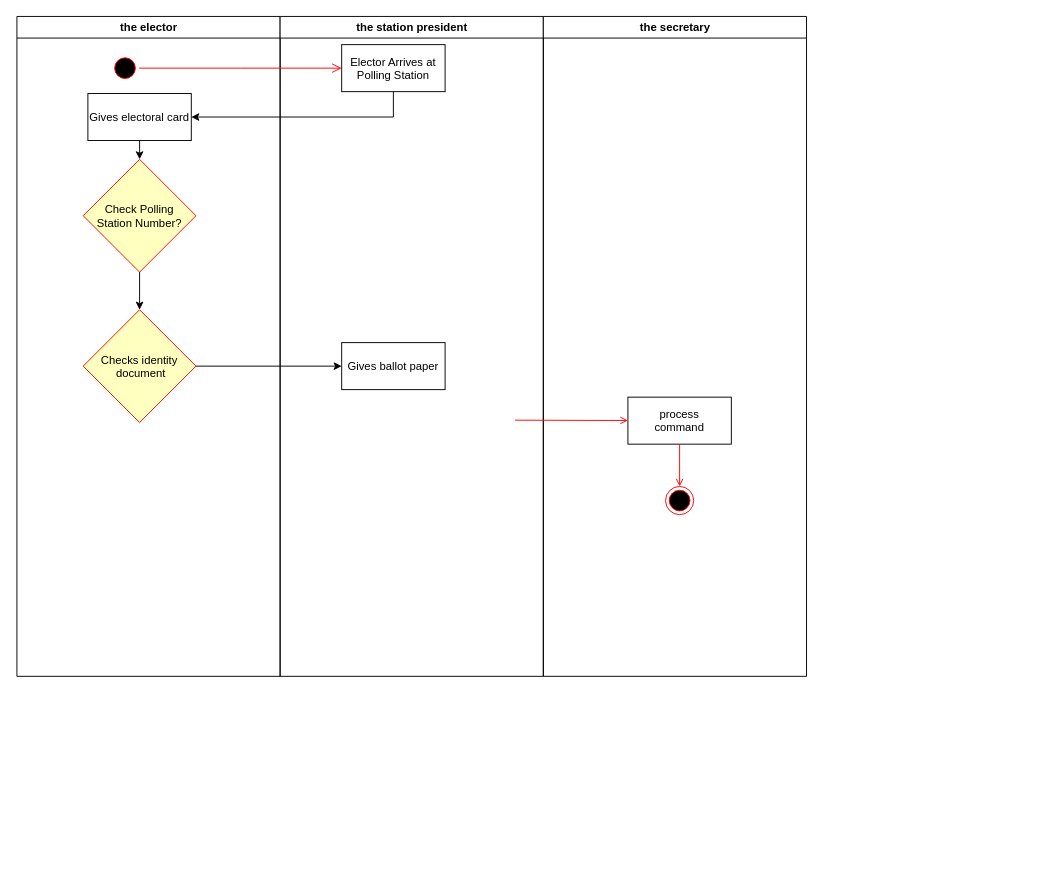
Before: Untitled Diagram.drawio in divinecia/Now, a draw.io diagram. Source tidied: cells renumbered, new cells numbered last; positions are measured from the earlier drawing's top-left corner, leaving out a move shared by most shapes. Both pictures are drawn from the tidied source at 94%, with x=0, y=0 at pixel (16, 16).
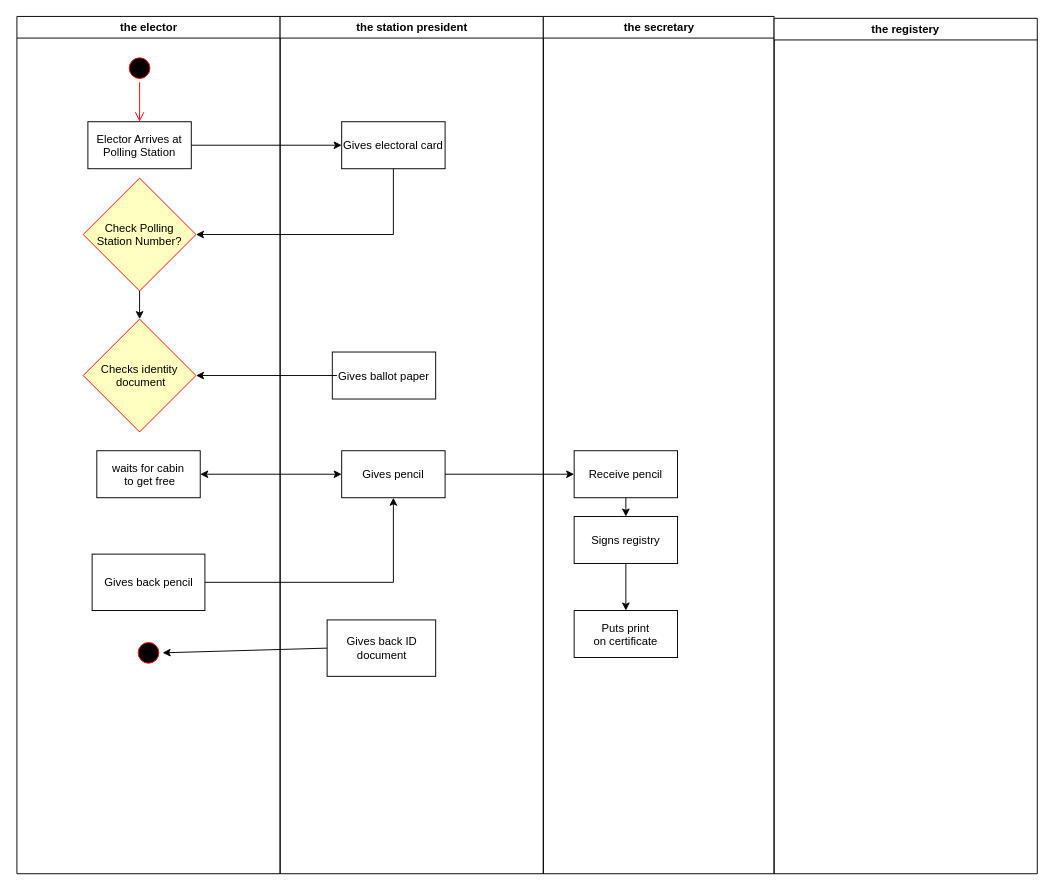
The same diagram, later.

What changed in the source:
```diff
@@
     <mxCell id="2" value="the elector" style="swimlane;whiteSpace=wrap;" parent="1" vertex="1">
-      <mxGeometry x="0.5" width="280" height="702" as="geometry" />
+      <mxGeometry x="0.5" width="280" height="912" as="geometry" />
     </mxCell>
     <mxCell id="3" style="ellipse;shape=startState;fillColor=#000000;strokeColor=#ff0000;" parent="2" vertex="1">
-      <mxGeometry x="100" y="40" width="30" height="30" as="geometry" />
+      <mxGeometry x="115.5" y="40" width="30" height="30" as="geometry" />
     </mxCell>
+    <mxCell id="5" value="Check Polling &#10;Station Number?" style="rhombus;fillColor=#ffffc0;strokeColor=#ff0000;" parent="2" vertex="1">
+      <mxGeometry x="70.5" y="172" width="120" height="120" as="geometry" />
+    </mxCell>
+    <mxCell id="11" value="Elector Arrives at &#10;Polling Station" parent="2" vertex="1">
+      <mxGeometry x="75.5" y="112" width="110" height="50" as="geometry" />
+    </mxCell>
+    <mxCell id="17" style="edgeStyle=elbowEdgeStyle;elbow=horizontal;verticalAlign=bottom;endArrow=open;endSize=8;strokeColor=#FF0000;endFill=1;rounded=0;" parent="2" edge="1" source="3" target="11">
+      <mxGeometry x="100" y="40" as="geometry" />
+    </mxCell>
     <mxCell id="4" value="Checks identity&#10; document" style="rhombus;fillColor=#ffffc0;strokeColor=#ff0000;" parent="2" vertex="1">
-      <mxGeometry x="70.5" y="312" width="120" height="120" as="geometry" />
+      <mxGeometry x="70.5" y="322" width="120" height="120" as="geometry" />
     </mxCell>
-    <mxCell id="5" value="Check Polling &#10;Station Number?" style="rhombus;fillColor=#ffffc0;strokeColor=#ff0000;" parent="2" vertex="1">
-      <mxGeometry x="70.5" y="152" width="120" height="120" as="geometry" />
-    </mxCell>
@@
+    <mxCell id="20" value="waits for cabin&#10; to get free" parent="2" vertex="1">
+      <mxGeometry x="85" y="462" width="110" height="50" as="geometry" />
+    </mxCell>
+    <mxCell id="21" value="Gives back pencil" style="rounded=0;whiteSpace=wrap;html=1;" parent="2" vertex="1">
+      <mxGeometry x="80" y="572" width="120" height="60" as="geometry" />
+    </mxCell>
+    <mxCell id="22" style="ellipse;shape=startState;fillColor=#000000;strokeColor=#ff0000;" parent="2" vertex="1">
+      <mxGeometry x="125" y="662" width="30" height="30" as="geometry" />
+    </mxCell>
+    <mxCell id="9" value="the station president" style="swimlane;whiteSpace=wrap;" parent="1" vertex="1">
+      <mxGeometry x="280.5" width="280" height="912" as="geometry" />
+    </mxCell>
-    <mxCell id="7" value="Gives electoral card" parent="2" vertex="1">
-      <mxGeometry x="75.5" y="82" width="110" height="50" as="geometry" />
+    <mxCell id="7" value="Gives electoral card" parent="9" vertex="1">
+      <mxGeometry x="65.5" y="112" width="110" height="50" as="geometry" />
     </mxCell>
+    <mxCell id="10" value="Gives ballot paper" parent="9" vertex="1">
+      <mxGeometry x="55.5" y="357" width="110" height="50" as="geometry" />
+    </mxCell>
+    <mxCell id="23" value="Gives pencil" parent="9" vertex="1">
+      <mxGeometry x="65.5" y="462" width="110" height="50" as="geometry" />
+    </mxCell>
+    <mxCell id="24" value="Gives back ID document" style="rounded=0;whiteSpace=wrap;html=1;" parent="9" vertex="1">
+      <mxGeometry x="50" y="642" width="115.5" height="60" as="geometry" />
+    </mxCell>
+    <mxCell id="12" value="the secretary" style="swimlane;whiteSpace=wrap;" parent="1" vertex="1">
+      <mxGeometry x="560.5" width="245.5" height="912" as="geometry" />
+    </mxCell>
+    <mxCell id="25" value="Receive pencil" parent="12" vertex="1">
+      <mxGeometry x="32.8" y="462" width="110" height="50" as="geometry" />
+    </mxCell>
+    <mxCell id="26" value="Signs registry" parent="12" vertex="1">
+      <mxGeometry x="32.8" y="532" width="110" height="50" as="geometry" />
+    </mxCell>
+    <mxCell id="27" value=" Puts print &#10;on certificate" parent="12" vertex="1">
+      <mxGeometry x="32.8" y="632" width="110" height="50" as="geometry" />
+    </mxCell>
+    <mxCell id="28" style="endArrow=classic;html=1;rounded=0;exitX=0.5;exitY=1;exitDx=0;exitDy=0;entryX=0.5;entryY=0;entryDx=0;entryDy=0;" parent="12" edge="1" source="26" target="27">
+      <mxGeometry relative="1" as="geometry" />
+    </mxCell>
+    <mxCell id="29" style="endArrow=classic;html=1;rounded=0;entryX=0.5;entryY=0;entryDx=0;entryDy=0;exitX=0.5;exitY=1;exitDx=0;exitDy=0;" parent="12" edge="1" source="25" target="26">
+      <mxGeometry relative="1" as="geometry" />
+    </mxCell>
+    <mxCell id="18" style="endArrow=classic;html=1;rounded=0;exitX=1;exitY=0.5;exitDx=0;exitDy=0;entryX=0;entryY=0.5;entryDx=0;entryDy=0;" parent="1" edge="1" source="11" target="7">
+      <mxGeometry relative="1" as="geometry" />
+    </mxCell>
-    <mxCell id="8" style="endArrow=classic;html=1;rounded=0;entryX=0.5;entryY=0;entryDx=0;entryDy=0;" parent="2" edge="1" source="7" target="5">
-      <mxGeometry relative="1" as="geometry" />
+    <mxCell id="8" style="endArrow=classic;html=1;rounded=0;exitX=0.5;exitY=1;exitDx=0;exitDy=0;entryX=1;entryY=0.5;entryDx=0;entryDy=0;" parent="1" edge="1" source="7" target="5">
+      <mxGeometry relative="1" as="geometry">
+        <Array as="points">
+          <mxPoint x="401" y="232" />
+        </Array>
+      </mxGeometry>
     </mxCell>
-    <mxCell id="9" value="the station president" style="swimlane;whiteSpace=wrap;" parent="1" vertex="1">
-      <mxGeometry x="280.5" width="280" height="702" as="geometry" />
-    </mxCell>
-    <mxCell id="10" value="Gives ballot paper" parent="9" vertex="1">
-      <mxGeometry x="65.5" y="347" width="110" height="50" as="geometry" />
-    </mxCell>
-    <mxCell id="11" value="Elector Arrives at &#10;Polling Station" parent="9" vertex="1">
-      <mxGeometry x="65.5" y="30" width="110" height="50" as="geometry" />
-    </mxCell>
-    <mxCell id="12" value="the secretary" style="swimlane;whiteSpace=wrap;" parent="1" vertex="1">
-      <mxGeometry x="560.5" width="280" height="702" as="geometry" />
-    </mxCell>
-    <mxCell id="13" value="process&#10;command" parent="12" vertex="1">
-      <mxGeometry x="90" y="405" width="110" height="50" as="geometry" />
-    </mxCell>
-    <mxCell id="14" style="edgeStyle=none;strokeColor=#FF0000;endArrow=open;endFill=1;rounded=0;" parent="12" edge="1" target="13">
-      <mxGeometry relative="1" as="geometry">
-        <mxPoint x="-30" y="429.5" as="sourcePoint" />
-      </mxGeometry>
-    </mxCell>
-    <mxCell id="15" style="ellipse;shape=endState;fillColor=#000000;strokeColor=#ff0000;" parent="12" vertex="1">
-      <mxGeometry x="130" y="500" width="30" height="30" as="geometry" />
-    </mxCell>
-    <mxCell id="16" style="endArrow=open;strokeColor=#FF0000;endFill=1;rounded=0;" parent="12" edge="1" source="13" target="15">
-      <mxGeometry relative="1" as="geometry" />
-    </mxCell>
-    <mxCell id="17" style="edgeStyle=elbowEdgeStyle;elbow=horizontal;verticalAlign=bottom;endArrow=open;endSize=8;strokeColor=#FF0000;endFill=1;rounded=0;" parent="1" edge="1" source="3" target="11">
-      <mxGeometry x="264.5" y="168" as="geometry" />
-    </mxCell>
-    <mxCell id="18" style="endArrow=classic;html=1;rounded=0;exitX=0.5;exitY=1;exitDx=0;exitDy=0;entryX=1;entryY=0.5;entryDx=0;entryDy=0;" parent="1" edge="1" source="11" target="7">
-      <mxGeometry relative="1" as="geometry">
-        <Array as="points">
-          <mxPoint x="401" y="107" />
-        </Array>
-      </mxGeometry>
-    </mxCell>
-    <mxCell id="19" style="endArrow=classic;html=1;rounded=0;exitX=1;exitY=0.5;exitDx=0;exitDy=0;entryX=0;entryY=0.5;entryDx=0;entryDy=0;" parent="1" edge="1" source="4" target="10">
-      <mxGeometry relative="1" as="geometry" />
-    </mxCell>
+    <mxCell id="30" style="endArrow=classic;html=1;rounded=0;exitX=0;exitY=0.5;exitDx=0;exitDy=0;entryX=1;entryY=0.5;entryDx=0;entryDy=0;" parent="1" edge="1" target="4">
+      <mxGeometry relative="1" as="geometry">
+        <mxPoint x="341" y="382" as="sourcePoint" />
+      </mxGeometry>
+    </mxCell>
+    <mxCell id="31" style="endArrow=classic;html=1;rounded=0;exitX=1;exitY=0.5;exitDx=0;exitDy=0;entryX=0;entryY=0.5;entryDx=0;entryDy=0;" parent="1" edge="1" source="23" target="25">
+      <mxGeometry relative="1" as="geometry" />
+    </mxCell>
+    <mxCell id="32" style="endArrow=classic;startArrow=classic;html=1;rounded=0;entryX=0;entryY=0.5;entryDx=0;entryDy=0;" parent="1" edge="1" source="20" target="23">
+      <mxGeometry relative="1" as="geometry" />
+    </mxCell>
+    <mxCell id="33" value="the registery" style="swimlane;whiteSpace=wrap;" parent="1" vertex="1">
+      <mxGeometry x="806" y="2" width="280" height="910" as="geometry" />
+    </mxCell>
+    <mxCell id="34" style="endArrow=classic;html=1;rounded=0;exitX=1;exitY=0.5;exitDx=0;exitDy=0;entryX=0.5;entryY=1;entryDx=0;entryDy=0;" parent="1" edge="1" source="21" target="23">
+      <mxGeometry relative="1" as="geometry">
+        <Array as="points">
+          <mxPoint x="401" y="602" />
+        </Array>
+      </mxGeometry>
+    </mxCell>
+    <mxCell id="35" style="endArrow=classic;html=1;rounded=0;exitX=0;exitY=0.5;exitDx=0;exitDy=0;entryX=1;entryY=0.5;entryDx=0;entryDy=0;" parent="1" edge="1" source="24" target="22">
+      <mxGeometry relative="1" as="geometry" />
+    </mxCell>
```
